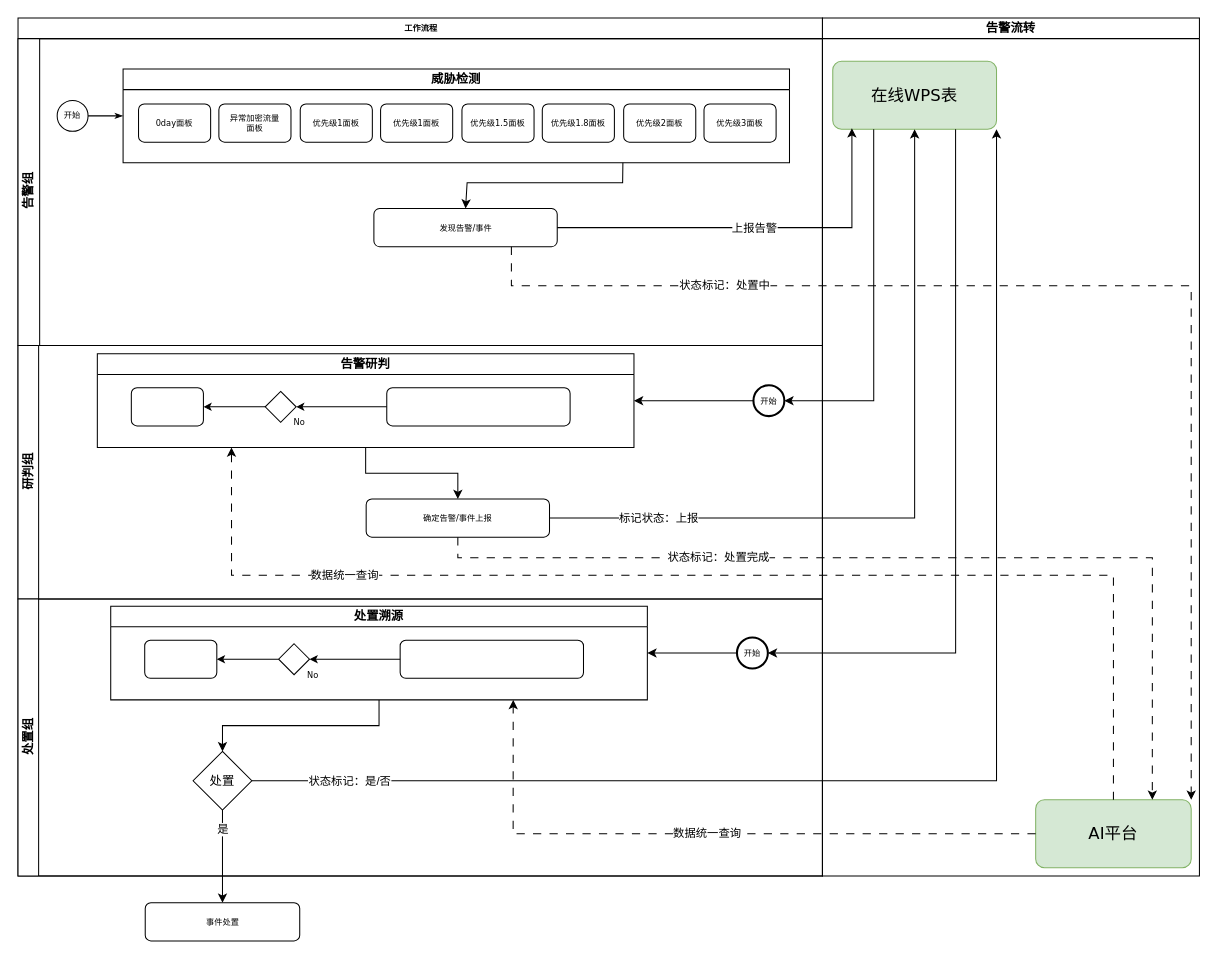
Above: HW-AI流程.drawio in skillre/diagrams_P (draw.io), before the change. Source tidied: cells renumbered, new cells numbered last; positions are measured from the earlier drawing's top-left corner, leaving out a move shared by most shapes. Both pictures are drawn from the tidied source at 103%, with x=0, y=0 at pixel (18, 18).
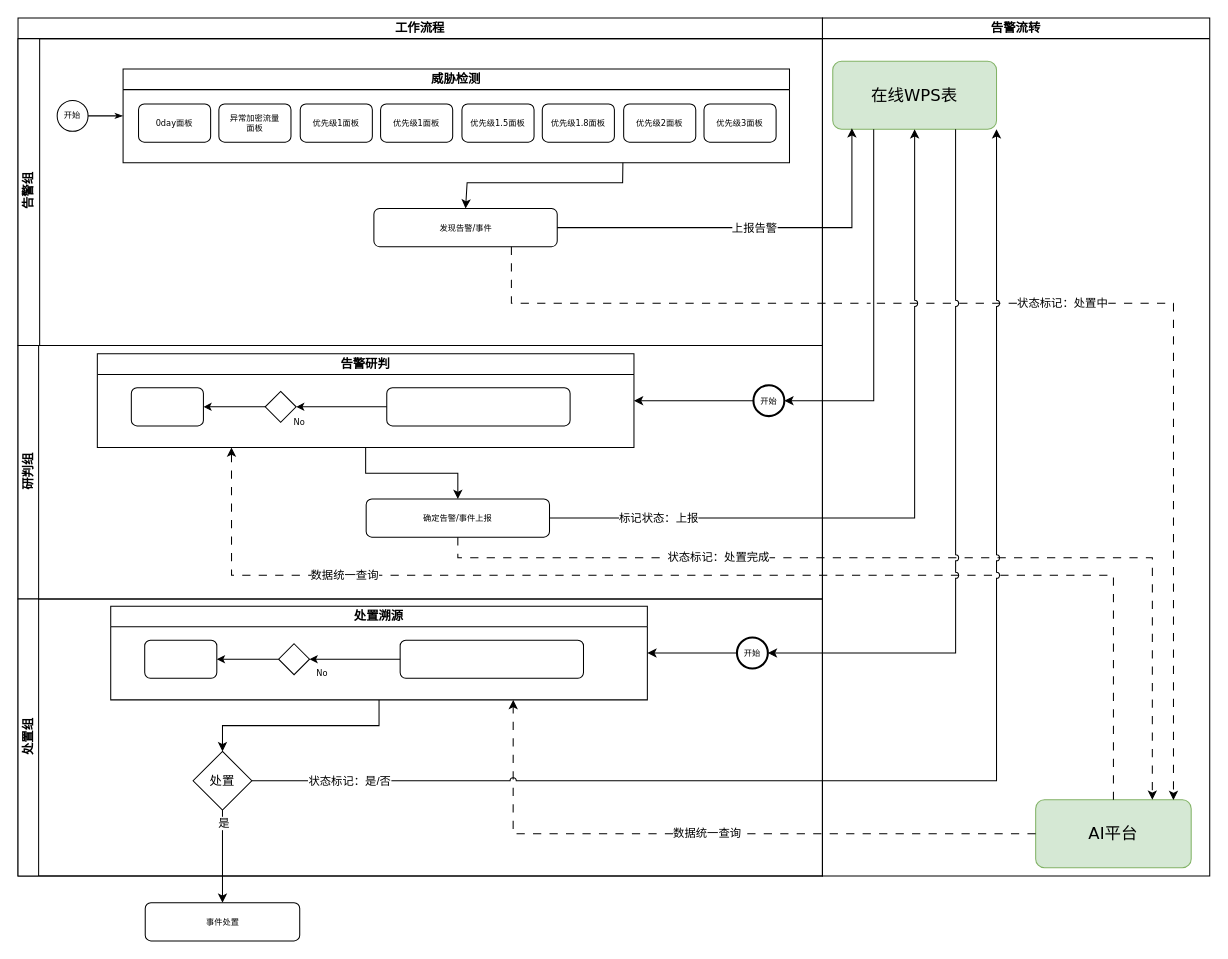
After the change.

Unchanged cells that the change refers to:
```xml
<mxCell id="16" value="发现告警/事件" style="rounded=1;whiteSpace=wrap;html=1;shadow=0;labelBackgroundColor=none;strokeWidth=1;fontFamily=Verdana;fontSize=8;align=center;" parent="3" vertex="1">
  <mxGeometry x="345.5" y="165" width="178" height="37" as="geometry" />
</mxCell>
<mxCell id="20" value="开始" style="ellipse;whiteSpace=wrap;html=1;rounded=0;shadow=0;labelBackgroundColor=none;strokeWidth=2;fontFamily=Verdana;fontSize=8;align=center;" parent="18" vertex="1">
  <mxGeometry x="714" y="38.5" width="30" height="30" as="geometry" />
</mxCell>
<mxCell id="22" value="&lt;font face=&quot;Verdana&quot;&gt;告警研判&lt;/font&gt;" style="swimlane;whiteSpace=wrap;html=1;startSize=20;" parent="18" vertex="1">
  <mxGeometry x="77" y="8" width="521" height="91" as="geometry" />
</mxCell>
<mxCell id="28" value="确定告警/事件上报" style="rounded=1;whiteSpace=wrap;html=1;shadow=0;labelBackgroundColor=none;strokeWidth=1;fontFamily=Verdana;fontSize=8;align=center;" parent="18" vertex="1">
  <mxGeometry x="338" y="149" width="178" height="37" as="geometry" />
</mxCell>
<mxCell id="30" value="开始" style="ellipse;whiteSpace=wrap;html=1;rounded=0;shadow=0;labelBackgroundColor=none;strokeWidth=2;fontFamily=Verdana;fontSize=8;align=center;" parent="29" vertex="1">
  <mxGeometry x="698" y="37.5" width="30" height="30" as="geometry" />
</mxCell>
<mxCell id="32" value="&lt;font face=&quot;Verdana&quot;&gt;处置溯源&lt;/font&gt;" style="swimlane;whiteSpace=wrap;html=1;startSize=20;" parent="29" vertex="1">
  <mxGeometry x="90" y="7" width="521" height="91" as="geometry" />
</mxCell>
<mxCell id="35" style="strokeWidth=1;html=1;shape=mxgraph.flowchart.decision;whiteSpace=wrap;rounded=1;shadow=0;labelBackgroundColor=none;fontFamily=Verdana;fontSize=8;align=center;" parent="32" vertex="1">
  <mxGeometry x="163" y="36.5" width="30" height="30" as="geometry" />
</mxCell>
<mxCell id="36" style="rounded=1;whiteSpace=wrap;html=1;shadow=0;labelBackgroundColor=none;strokeWidth=1;fontFamily=Verdana;fontSize=8;align=center;" parent="32" vertex="1">
  <mxGeometry x="281" y="33" width="178" height="37" as="geometry" />
</mxCell>
<mxCell id="39" value="处置" style="rhombus;whiteSpace=wrap;html=1;" parent="29" vertex="1">
  <mxGeometry x="170" y="148" width="57" height="57" as="geometry" />
</mxCell>
<mxCell id="41" value="&lt;font&gt;在线WPS表&lt;/font&gt;" style="rounded=1;whiteSpace=wrap;html=1;shadow=0;labelBackgroundColor=none;strokeWidth=1;fontFamily=Verdana;fontSize=16;align=center;arcSize=13;spacing=2;horizontal=1;fillColor=#d5e8d4;strokeColor=#82b366;" parent="40" vertex="1">
  <mxGeometry x="10" y="42" width="159" height="66" as="geometry" />
</mxCell>
<mxCell id="42" value="AI平台" style="rounded=1;whiteSpace=wrap;html=1;shadow=0;labelBackgroundColor=none;strokeWidth=1;fontFamily=Verdana;fontSize=16;align=center;arcSize=13;spacing=2;horizontal=1;fillColor=#d5e8d4;strokeColor=#82b366;" parent="40" vertex="1">
  <mxGeometry x="207" y="759" width="151" height="66" as="geometry" />
</mxCell>
<mxCell id="50" value="事件处置" style="rounded=1;whiteSpace=wrap;html=1;shadow=0;labelBackgroundColor=none;strokeWidth=1;fontFamily=Verdana;fontSize=8;align=center;" parent="1" vertex="1">
  <mxGeometry x="123.5" y="859" width="150" height="37" as="geometry" />
</mxCell>
```

Diff of the diagram source:
```diff
@@
-    <mxCell id="2" value="工作流程" style="swimlane;html=1;horizontal=1;startSize=20;rounded=0;shadow=0;labelBackgroundColor=none;strokeWidth=1;fontFamily=Verdana;fontSize=8;align=center;" parent="1" vertex="1">
+    <mxCell id="2" value="&lt;font&gt;工作流程&lt;/font&gt;" style="swimlane;horizontal=1;startSize=20;rounded=0;shadow=0;labelBackgroundColor=none;strokeWidth=1;fontFamily=Verdana;fontSize=12;align=center;textDirection=ltr;spacing=2;html=1;whiteSpace=wrap;" parent="1" vertex="1">
       <mxGeometry width="781" height="833" as="geometry" />
     </mxCell>
@@
     <mxCell id="37" value="No" style="edgeStyle=orthogonalEdgeStyle;rounded=0;html=1;labelBackgroundColor=none;startArrow=classic;startFill=1;startSize=5;endArrow=none;endFill=0;endSize=5;jettySize=auto;strokeWidth=1;fontFamily=Verdana;fontSize=8;" parent="32" edge="1" source="35" target="36">
-      <mxGeometry x="-0.94" y="-15" relative="1" as="geometry" />
+      <mxGeometry x="-0.73" y="-12" relative="1" as="geometry">
+        <mxPoint y="1" as="offset" />
+      </mxGeometry>
     </mxCell>
@@
     <mxCell id="40" value="告警流转" style="swimlane;whiteSpace=wrap;html=1;startSize=20;" parent="1" vertex="1">
-      <mxGeometry x="781" width="366" height="833" as="geometry" />
+      <mxGeometry x="781" width="376" height="833" as="geometry" />
     </mxCell>
@@
-    <mxCell id="44" style="edgeStyle=orthogonalEdgeStyle;rounded=0;jettySize=auto;html=1;endArrow=none;endFill=0;startArrow=classic;startFill=1;entryX=0.25;entryY=1;entryDx=0;entryDy=0;" parent="1" edge="1" source="20" target="41">
+    <mxCell id="44" style="edgeStyle=orthogonalEdgeStyle;rounded=0;jettySize=auto;html=1;endArrow=none;endFill=0;startArrow=classic;startFill=1;entryX=0.25;entryY=1;entryDx=0;entryDy=0;jumpStyle=arc;" parent="1" edge="1" source="20" target="41">
       <mxGeometry relative="1" as="geometry" />
     </mxCell>
-    <mxCell id="45" value="状态标记：处置中" style="edgeStyle=orthogonalEdgeStyle;rounded=0;jettySize=auto;html=1;exitX=0.75;exitY=1;exitDx=0;exitDy=0;dashed=1;dashPattern=8 8;entryX=1;entryY=0;entryDx=0;entryDy=0;" parent="1" edge="1" source="16" target="42">
-      <mxGeometry x="-0.59" relative="1" as="geometry">
+    <mxCell id="45" value="状态标记：处置中" style="edgeStyle=orthogonalEdgeStyle;rounded=0;jettySize=auto;html=1;exitX=0.75;exitY=1;exitDx=0;exitDy=0;dashed=1;dashPattern=8 8;entryX=0.886;entryY=0.004;entryDx=0;entryDy=0;entryPerimeter=0;jumpStyle=gap;" parent="1" edge="1" source="16" target="42">
+      <mxGeometry relative="1" as="geometry">
         <Array as="points">
-          <mxPoint x="479" y="260" />
-          <mxPoint x="1139" y="260" />
+          <mxPoint x="479" y="277" />
+          <mxPoint x="1122" y="277" />
         </Array>
       </mxGeometry>
     </mxCell>
-    <mxCell id="46" value="标记状态：上报" style="edgeStyle=orthogonalEdgeStyle;rounded=0;jettySize=auto;html=1;entryX=0.5;entryY=1;entryDx=0;entryDy=0;" parent="1" edge="1" source="28" target="41">
+    <mxCell id="46" value="标记状态：上报" style="edgeStyle=orthogonalEdgeStyle;rounded=0;jettySize=auto;html=1;entryX=0.5;entryY=1;entryDx=0;entryDy=0;jumpStyle=arc;" parent="1" edge="1" source="28" target="41">
       <mxGeometry x="-0.71" relative="1" as="geometry" />
     </mxCell>
-    <mxCell id="47" style="edgeStyle=orthogonalEdgeStyle;rounded=0;jettySize=auto;html=1;entryX=0.75;entryY=1;entryDx=0;entryDy=0;startArrow=classic;startFill=1;endArrow=none;endFill=0;" parent="1" edge="1" source="30" target="41">
-      <mxGeometry relative="1" as="geometry" />
-    </mxCell>
-    <mxCell id="48" value="数据统一查询" style="edgeStyle=orthogonalEdgeStyle;rounded=0;jettySize=auto;html=1;entryX=0.5;entryY=0;entryDx=0;entryDy=0;dashed=1;dashPattern=8 8;exitX=0.25;exitY=1;exitDx=0;exitDy=0;endArrow=none;endFill=0;startArrow=classic;startFill=1;" parent="1" edge="1" source="22" target="42">
+    <mxCell id="48" value="数据统一查询" style="edgeStyle=orthogonalEdgeStyle;rounded=0;jettySize=auto;html=1;entryX=0.5;entryY=0;entryDx=0;entryDy=0;dashed=1;dashPattern=8 8;exitX=0.25;exitY=1;exitDx=0;exitDy=0;endArrow=none;endFill=0;startArrow=classic;startFill=1;jumpStyle=arc;" parent="1" edge="1" source="22" target="42">
       <mxGeometry x="-0.61" relative="1" as="geometry">
         <Array as="points">
           <mxPoint x="207" y="541" />
           <mxPoint x="1064" y="541" />
         </Array>
       </mxGeometry>
     </mxCell>
-    <mxCell id="49" value="状态标记：处置完成" style="edgeStyle=orthogonalEdgeStyle;rounded=0;jettySize=auto;html=1;entryX=0.75;entryY=0;entryDx=0;entryDy=0;exitX=0.5;exitY=1;exitDx=0;exitDy=0;dashed=1;dashPattern=8 8;" parent="1" edge="1" source="28" target="42">
+    <mxCell id="49" value="状态标记：处置完成" style="edgeStyle=orthogonalEdgeStyle;rounded=0;jettySize=auto;html=1;entryX=0.75;entryY=0;entryDx=0;entryDy=0;exitX=0.5;exitY=1;exitDx=0;exitDy=0;dashed=1;dashPattern=8 8;jumpStyle=arc;" parent="1" edge="1" source="28" target="42">
       <mxGeometry x="-0.41" relative="1" as="geometry">
         <Array as="points">
           <mxPoint x="427" y="524" />
           <mxPoint x="1101" y="524" />
         </Array>
         <mxPoint x="-1" as="offset" />
       </mxGeometry>
     </mxCell>
+    <mxCell id="47" style="edgeStyle=orthogonalEdgeStyle;rounded=0;jettySize=auto;html=1;entryX=0.75;entryY=1;entryDx=0;entryDy=0;startArrow=classic;startFill=1;endArrow=none;endFill=0;jumpStyle=arc;" parent="1" edge="1" source="30" target="41">
+      <mxGeometry relative="1" as="geometry" />
+    </mxCell>
@@
     <mxCell id="51" value="是" style="edgeStyle=orthogonalEdgeStyle;rounded=0;jettySize=auto;html=1;entryX=0.5;entryY=0;entryDx=0;entryDy=0;" parent="1" edge="1" source="39" target="50">
-      <mxGeometry x="-0.57" relative="1" as="geometry" />
+      <mxGeometry x="-0.71" y="1" relative="1" as="geometry" />
     </mxCell>
+    <mxCell id="53" value="数据统一查询" style="edgeStyle=orthogonalEdgeStyle;rounded=0;jettySize=auto;html=1;entryX=0.75;entryY=1;entryDx=0;entryDy=0;dashed=1;dashPattern=8 8;jumpStyle=arc;" parent="1" edge="1" source="42" target="32">
+      <mxGeometry relative="1" as="geometry" />
+    </mxCell>
-    <mxCell id="52" value="状态标记：是/否" style="edgeStyle=orthogonalEdgeStyle;rounded=0;jettySize=auto;html=1;entryX=1;entryY=1;entryDx=0;entryDy=0;" parent="1" edge="1" source="39" target="41">
+    <mxCell id="52" value="状态标记：是/否" style="edgeStyle=orthogonalEdgeStyle;rounded=0;jettySize=auto;html=1;entryX=1;entryY=1;entryDx=0;entryDy=0;jumpStyle=arc;" parent="1" edge="1" source="39" target="41">
       <mxGeometry x="-0.86" relative="1" as="geometry" />
     </mxCell>
-    <mxCell id="53" value="数据统一查询" style="edgeStyle=orthogonalEdgeStyle;rounded=0;jettySize=auto;html=1;entryX=0.75;entryY=1;entryDx=0;entryDy=0;dashed=1;dashPattern=8 8;" parent="1" edge="1" source="42" target="32">
-      <mxGeometry relative="1" as="geometry" />
-    </mxCell>
```
